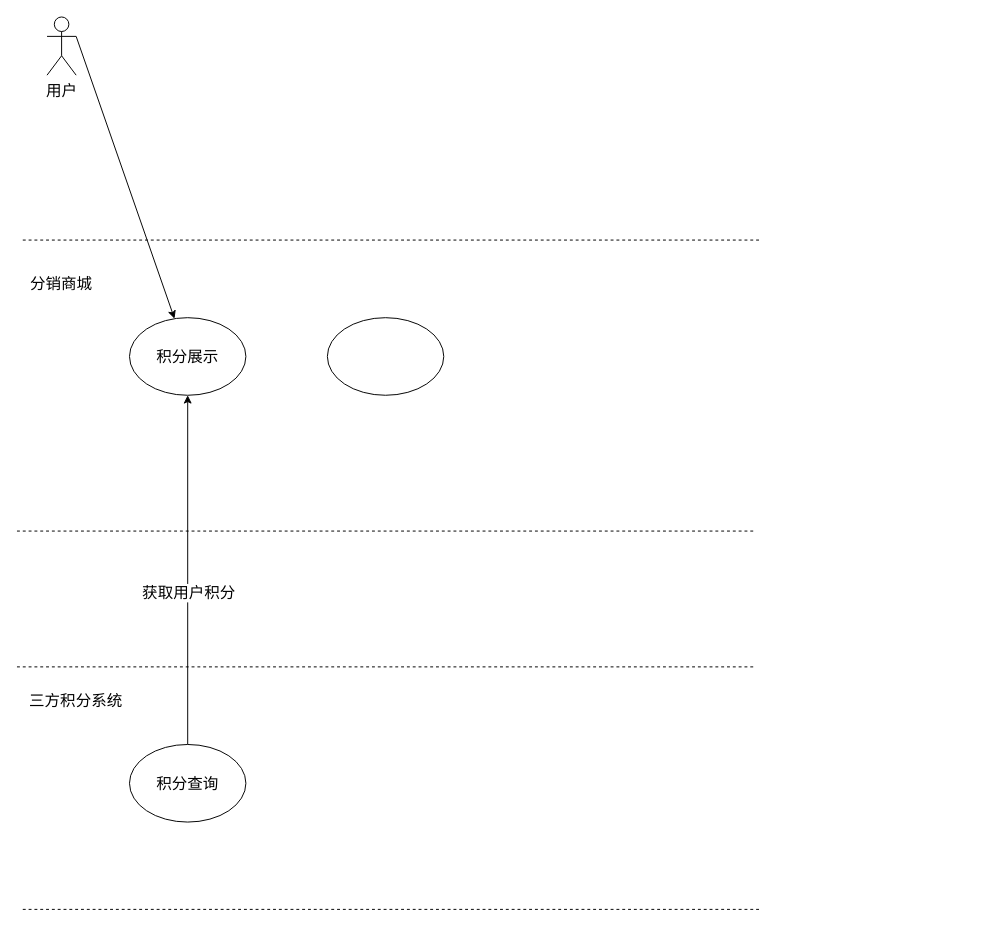
Before: 积分系统对接流程图.drawio in lycwukang/diagrams, a draw.io diagram. Source tidied: cells renumbered, new cells numbered last; positions are measured from the earlier drawing's top-left corner, leaving out a move shared by most shapes. Both pictures are drawn from the tidied source at 97%, with x=0, y=0 at pixel (16, 16).
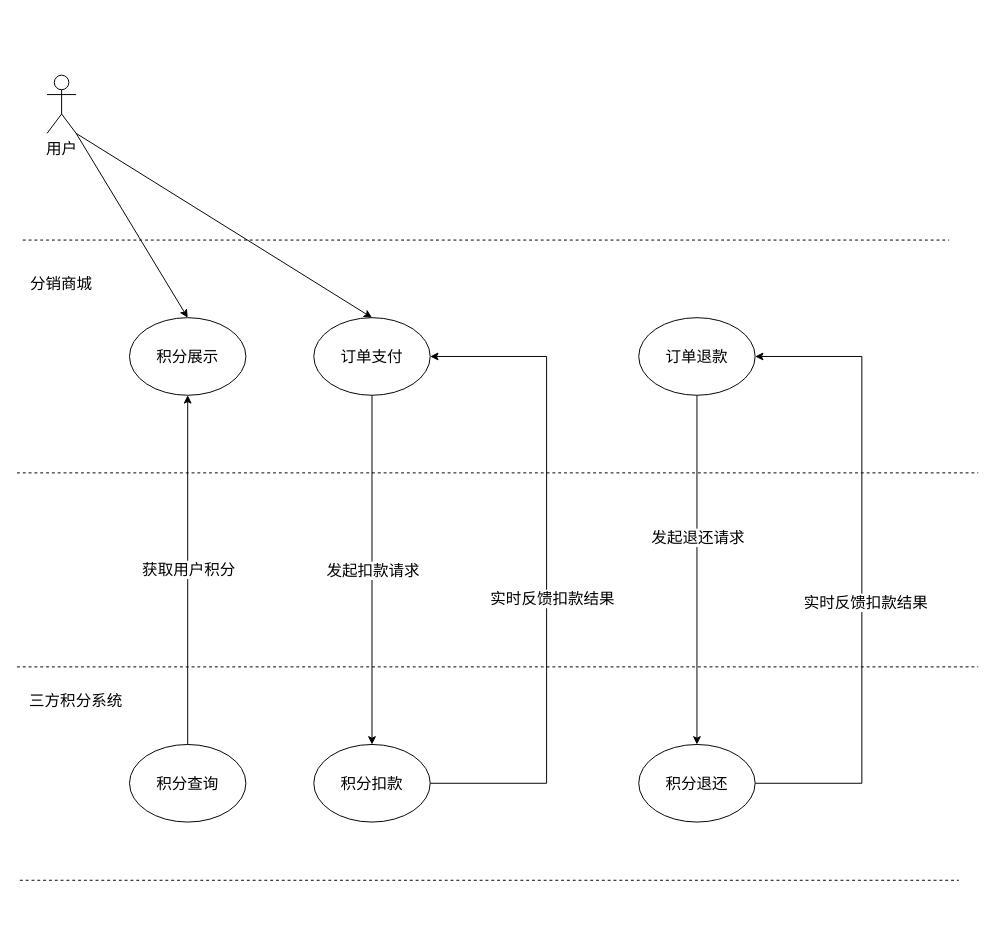
After the change.

Commit message:
更新积分系统对接流程图.drawio

The change refers to these unchanged cells:
```xml
<mxCell id="2" value="积分展示" style="ellipse;whiteSpace=wrap;html=1;fontSize=16;" parent="1" vertex="1">
  <mxGeometry x="116" y="310" width="120" height="80" as="geometry" />
</mxCell>
<mxCell id="11" style="edgeStyle=none;rounded=0;jettySize=auto;html=1;exitX=0.5;exitY=0;exitDx=0;exitDy=0;entryX=0.5;entryY=1;entryDx=0;entryDy=0;fontSize=16;" parent="1" edge="1" source="13" target="2">
  <mxGeometry relative="1" as="geometry" />
</mxCell>
```

The edit, as a diff of the source:
```diff
@@
     <mxCell id="3" style="endArrow=none;dashed=1;html=1;" parent="1" edge="1">
       <mxGeometry relative="1" as="geometry">
         <mxPoint x="6" y="230" as="sourcePoint" />
-        <mxPoint x="766" y="230" as="targetPoint" />
+        <mxPoint x="961" y="230" as="targetPoint" />
       </mxGeometry>
     </mxCell>
@@
-    <mxCell id="5" style="rounded=0;jettySize=auto;html=1;exitX=1;exitY=0.3333333333333333;exitDx=0;exitDy=0;exitPerimeter=0;fontSize=16;" parent="1" edge="1" source="6" target="2">
+    <mxCell id="5" style="rounded=0;jettySize=auto;html=1;exitX=1;exitY=1;exitDx=0;exitDy=0;fontSize=16;exitPerimeter=0;entryX=0.5;entryY=0;entryDx=0;entryDy=0;" parent="1" edge="1" source="6" target="2">
       <mxGeometry relative="1" as="geometry" />
     </mxCell>
+    <mxCell id="15" style="edgeStyle=none;rounded=0;jettySize=auto;html=1;exitX=1;exitY=1;exitDx=0;exitDy=0;exitPerimeter=0;entryX=0.5;entryY=0;entryDx=0;entryDy=0;fontSize=16;" parent="1" edge="1" source="6" target="14">
+      <mxGeometry relative="1" as="geometry" />
+    </mxCell>
     <mxCell id="6" value="用户" style="shape=umlActor;verticalLabelPosition=bottom;verticalAlign=top;html=1;outlineConnect=0;fontSize=16;" parent="1" vertex="1">
-      <mxGeometry x="31" width="30" height="60" as="geometry" />
+      <mxGeometry x="31" y="60" width="30" height="60" as="geometry" />
     </mxCell>
     <mxCell id="7" style="endArrow=none;dashed=1;html=1;" parent="1" edge="1">
       <mxGeometry relative="1" as="geometry">
-        <mxPoint y="530" as="sourcePoint" />
-        <mxPoint x="760" y="530" as="targetPoint" />
+        <mxPoint y="470" as="sourcePoint" />
+        <mxPoint x="991" y="470" as="targetPoint" />
       </mxGeometry>
     </mxCell>
     <mxCell id="8" style="endArrow=none;dashed=1;html=1;" parent="1" edge="1">
       <mxGeometry relative="1" as="geometry">
         <mxPoint y="670" as="sourcePoint" />
-        <mxPoint x="760" y="670" as="targetPoint" />
+        <mxPoint x="991" y="670" as="targetPoint" />
       </mxGeometry>
     </mxCell>
     <mxCell id="9" style="endArrow=none;dashed=1;html=1;" parent="1" edge="1">
       <mxGeometry relative="1" as="geometry">
-        <mxPoint x="6" y="920" as="sourcePoint" />
-        <mxPoint x="766" y="920" as="targetPoint" />
+        <mxPoint x="3" y="890" as="sourcePoint" />
+        <mxPoint x="971" y="890" as="targetPoint" />
       </mxGeometry>
     </mxCell>
@@
     <mxCell id="12" value="获取用户积分" style="edgeLabel;html=1;align=center;verticalAlign=middle;fontSize=16;" parent="11" vertex="1">
-      <mxGeometry x="-0.13" relative="1" as="geometry" />
+      <mxGeometry x="-0.13" relative="1" as="geometry">
+        <mxPoint y="-24" as="offset" />
+      </mxGeometry>
     </mxCell>
@@
+    <mxCell id="16" style="edgeStyle=none;rounded=0;jettySize=auto;html=1;exitX=0.5;exitY=1;exitDx=0;exitDy=0;fontSize=16;" parent="1" edge="1" source="14" target="20">
+      <mxGeometry relative="1" as="geometry" />
+    </mxCell>
+    <mxCell id="17" value="发起扣款请求" style="edgeLabel;html=1;align=center;verticalAlign=middle;fontSize=16;" parent="16" vertex="1">
+      <mxGeometry x="0.05" y="1" relative="1" as="geometry">
+        <mxPoint x="-1" y="-9" as="offset" />
+      </mxGeometry>
+    </mxCell>
-    <mxCell id="14" style="ellipse;whiteSpace=wrap;html=1;fontSize=16;" parent="1" vertex="1">
-      <mxGeometry x="320" y="310" width="120" height="80" as="geometry" />
+    <mxCell id="14" value="订单支付" style="ellipse;whiteSpace=wrap;html=1;fontSize=16;" parent="1" vertex="1">
+      <mxGeometry x="306" y="310" width="120" height="80" as="geometry" />
     </mxCell>
+    <mxCell id="18" style="edgeStyle=orthogonalEdgeStyle;rounded=0;jettySize=auto;html=1;exitX=1;exitY=0.5;exitDx=0;exitDy=0;entryX=1;entryY=0.5;entryDx=0;entryDy=0;fontSize=16;" parent="1" edge="1" source="20" target="14">
+      <mxGeometry relative="1" as="geometry">
+        <Array as="points">
+          <mxPoint x="546" y="790" />
+          <mxPoint x="546" y="350" />
+        </Array>
+      </mxGeometry>
+    </mxCell>
+    <mxCell id="19" value="实时反馈扣款结果" style="edgeLabel;html=1;align=center;verticalAlign=middle;fontSize=16;" parent="18" vertex="1">
+      <mxGeometry x="-0.13" y="1" relative="1" as="geometry">
+        <mxPoint x="6" y="-15" as="offset" />
+      </mxGeometry>
+    </mxCell>
+    <mxCell id="20" value="积分扣款" style="ellipse;whiteSpace=wrap;html=1;fontSize=16;" parent="1" vertex="1">
+      <mxGeometry x="306" y="750" width="120" height="80" as="geometry" />
+    </mxCell>
+    <mxCell id="21" style="edgeStyle=orthogonalEdgeStyle;rounded=0;jettySize=auto;html=1;exitX=0.5;exitY=1;exitDx=0;exitDy=0;fontSize=16;" parent="1" edge="1" source="23" target="26">
+      <mxGeometry relative="1" as="geometry" />
+    </mxCell>
+    <mxCell id="22" value="发起退还请求" style="edgeLabel;html=1;align=center;verticalAlign=middle;fontSize=16;" parent="21" vertex="1">
+      <mxGeometry x="-0.19" relative="1" as="geometry" />
+    </mxCell>
+    <mxCell id="23" value="订单退款" style="ellipse;whiteSpace=wrap;html=1;fontSize=16;" parent="1" vertex="1">
+      <mxGeometry x="641" y="310" width="120" height="80" as="geometry" />
+    </mxCell>
+    <mxCell id="24" style="edgeStyle=orthogonalEdgeStyle;rounded=0;jettySize=auto;html=1;exitX=1;exitY=0.5;exitDx=0;exitDy=0;entryX=1;entryY=0.5;entryDx=0;entryDy=0;fontSize=16;" parent="1" edge="1" source="26" target="23">
+      <mxGeometry relative="1" as="geometry">
+        <Array as="points">
+          <mxPoint x="871" y="790" />
+          <mxPoint x="871" y="350" />
+        </Array>
+      </mxGeometry>
+    </mxCell>
+    <mxCell id="25" value="实时反馈扣款结果" style="edgeLabel;html=1;align=center;verticalAlign=middle;fontSize=16;" parent="24" vertex="1">
+      <mxGeometry x="-0.1" y="-3" relative="1" as="geometry" />
+    </mxCell>
+    <mxCell id="26" value="积分退还" style="ellipse;whiteSpace=wrap;html=1;fontSize=16;" parent="1" vertex="1">
+      <mxGeometry x="641" y="750" width="120" height="80" as="geometry" />
+    </mxCell>
```
